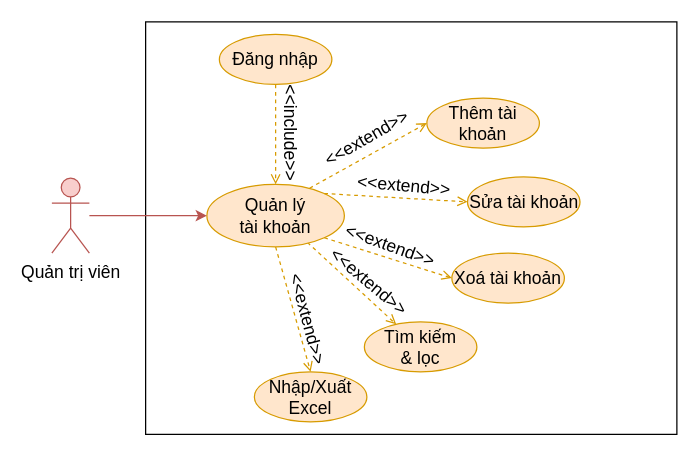
copecute/do-an-tot-nghiep keeps this draw.io diagram as Documents/draw/usecase/phan-ra/quan-ly-tai-khoan.drawio. Above is the earlier version. Source tidied: cells renumbered, new cells numbered last; positions are measured from the earlier drawing's top-left corner, leaving out a move shared by most shapes. Both pictures are drawn from the tidied source at 125%, with x=0, y=0 at pixel (51, 21).
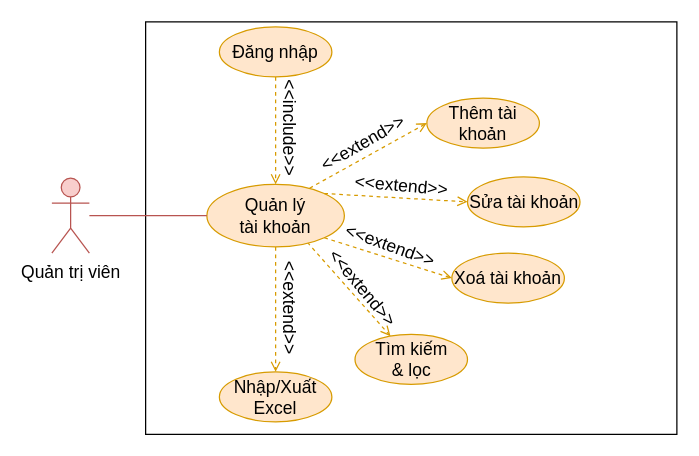
After the change.

Unchanged cells that the change refers to:
```xml
<mxCell id="16" value="Quản trị viên" style="shape=umlActor;verticalLabelPosition=bottom;verticalAlign=top;html=1;outlineConnect=0;fillColor=#f8cecc;strokeColor=#b85450;fontSize=14;" parent="1" vertex="1">
  <mxGeometry y="125" width="30" height="60" as="geometry" />
</mxCell>
```

The edit, as a diff of the source:
```diff
@@
     <mxCell id="12" value="&lt;font style=&quot;font-size: 14px;&quot;&gt;&amp;lt;&amp;lt;extend&amp;gt;&amp;gt;&lt;/font&gt;" style="text;html=1;strokeColor=none;fillColor=none;align=center;verticalAlign=middle;whiteSpace=wrap;rounded=0;rotation=-30;fontSize=14;" parent="1" vertex="1">
-      <mxGeometry x="222" y="78" width="60" height="30" as="geometry" />
+      <mxGeometry x="219" y="82" width="60" height="30" as="geometry" />
     </mxCell>
     <mxCell id="13" value="&lt;font style=&quot;font-size: 14px;&quot;&gt;&amp;lt;&amp;lt;extend&amp;gt;&amp;gt;&lt;/font&gt;" style="text;html=1;strokeColor=none;fillColor=none;align=center;verticalAlign=middle;whiteSpace=wrap;rounded=0;rotation=5;fontSize=14;" parent="1" vertex="1">
-      <mxGeometry x="252" y="116" width="60" height="30" as="geometry" />
+      <mxGeometry x="250" y="116" width="60" height="30" as="geometry" />
     </mxCell>
@@
-    <mxCell id="15" style="rounded=0;jettySize=auto;html=1;entryX=0;entryY=0.5;entryDx=0;entryDy=0;fillColor=#f8cecc;strokeColor=#b85450;fontSize=14;" parent="1" edge="1" source="16">
+    <mxCell id="15" style="rounded=0;jettySize=auto;html=1;entryX=0;entryY=0.5;entryDx=0;entryDy=0;fillColor=#f8cecc;strokeColor=#b85450;fontSize=14;endArrow=none;startFill=0;" parent="1" edge="1" source="16">
       <mxGeometry relative="1" as="geometry">
         <mxPoint x="124" y="155" as="targetPoint" />
       </mxGeometry>
     </mxCell>
@@
     <mxCell id="18" value="Đăng nhập" style="ellipse;whiteSpace=wrap;html=1;fillColor=#ffe6cc;strokeColor=#d79b00;fontSize=14;" parent="1" vertex="1">
-      <mxGeometry x="134" y="10" width="90" height="40" as="geometry" />
+      <mxGeometry x="134" y="4" width="90" height="40" as="geometry" />
     </mxCell>
     <mxCell id="19" value="&lt;font&gt;&amp;lt;&amp;lt;include&amp;gt;&amp;gt;&lt;/font&gt;" style="text;html=1;strokeColor=none;fillColor=none;align=center;verticalAlign=middle;whiteSpace=wrap;rounded=0;rotation=90;fontSize=14;" parent="1" vertex="1">
-      <mxGeometry x="161" y="74" width="60" height="30" as="geometry" />
+      <mxGeometry x="160" y="70" width="60" height="30" as="geometry" />
     </mxCell>
     <mxCell id="20" value="Tìm kiếm&lt;div&gt;&amp;amp; lọc&lt;/div&gt;" style="ellipse;whiteSpace=wrap;html=1;fillColor=#ffe6cc;strokeColor=#d79b00;fontSize=14;" parent="1" vertex="1">
-      <mxGeometry x="250" y="240" width="90" height="40" as="geometry" />
+      <mxGeometry x="242.5" y="250" width="90" height="40" as="geometry" />
     </mxCell>
     <mxCell id="21" value="Nhập/Xuất Excel" style="ellipse;whiteSpace=wrap;html=1;fillColor=#ffe6cc;strokeColor=#d79b00;fontSize=14;" parent="1" vertex="1">
-      <mxGeometry x="162" y="280" width="90" height="40" as="geometry" />
+      <mxGeometry x="134" y="280" width="90" height="40" as="geometry" />
     </mxCell>
-    <mxCell id="22" value="&lt;font style=&quot;font-size: 14px;&quot;&gt;&amp;lt;&amp;lt;extend&amp;gt;&amp;gt;&lt;/font&gt;" style="text;html=1;strokeColor=none;fillColor=none;align=center;verticalAlign=middle;whiteSpace=wrap;rounded=0;rotation=40;fontSize=14;" parent="1" vertex="1">
-      <mxGeometry x="224" y="193" width="60" height="30" as="geometry" />
+    <mxCell id="22" value="&lt;font style=&quot;font-size: 14px;&quot;&gt;&amp;lt;&amp;lt;extend&amp;gt;&amp;gt;&lt;/font&gt;" style="text;html=1;strokeColor=none;fillColor=none;align=center;verticalAlign=middle;whiteSpace=wrap;rounded=0;rotation=50;fontSize=14;" parent="1" vertex="1">
+      <mxGeometry x="219" y="198" width="60" height="30" as="geometry" />
     </mxCell>
-    <mxCell id="23" value="&lt;font style=&quot;font-size: 14px;&quot;&gt;&amp;lt;&amp;lt;extend&amp;gt;&amp;gt;&lt;/font&gt;" style="text;html=1;strokeColor=none;fillColor=none;align=center;verticalAlign=middle;whiteSpace=wrap;rounded=0;rotation=75;fontSize=14;" parent="1" vertex="1">
-      <mxGeometry x="175" y="223" width="60" height="30" as="geometry" />
+    <mxCell id="23" value="&lt;font style=&quot;font-size: 14px;&quot;&gt;&amp;lt;&amp;lt;extend&amp;gt;&amp;gt;&lt;/font&gt;" style="text;html=1;strokeColor=none;fillColor=none;align=center;verticalAlign=middle;whiteSpace=wrap;rounded=0;rotation=90;fontSize=14;" parent="1" vertex="1">
+      <mxGeometry x="160" y="214" width="60" height="30" as="geometry" />
     </mxCell>
```
